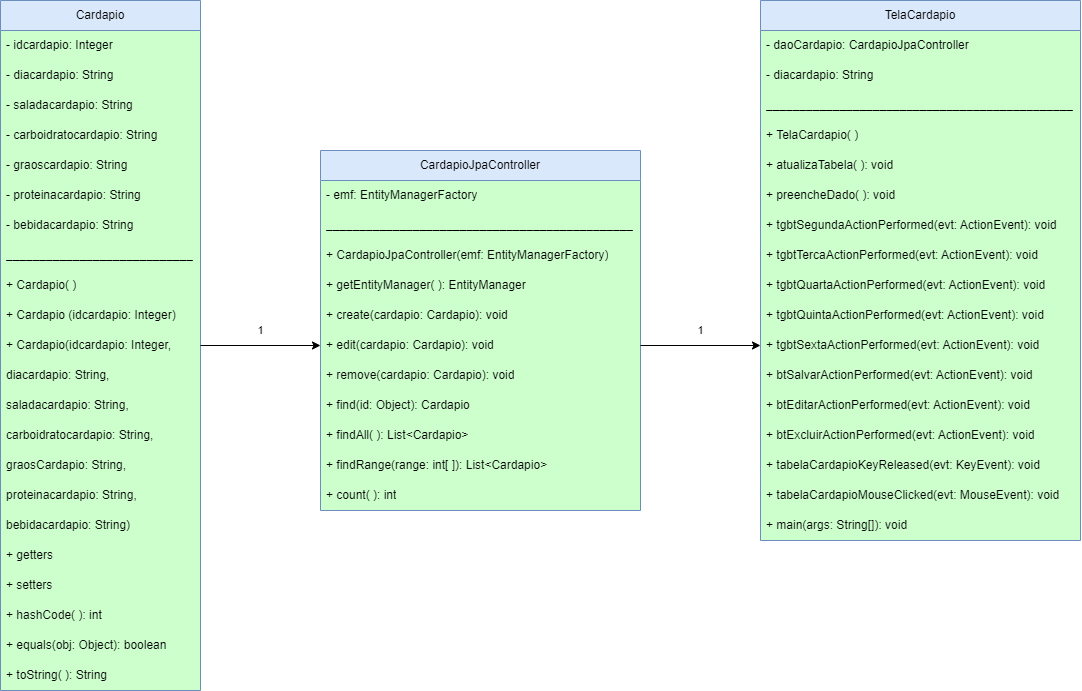
Earlier version of the draw.io export diagram.png (ThiagoAKAtrist/restaurant_menu). Source tidied: cells renumbered, new cells last; positions are measured from the earlier drawing's top-left corner, leaving out a move shared by most shapes. Source of this version:
```xml
<mxGraphModel>
  <root>
    <mxCell id="0" />
    <mxCell id="1" parent="0" />
    <mxCell id="2" value="Cardapio" style="swimlane;fontStyle=0;horizontal=1;startSize=30;whiteSpace=wrap;html=1;fillColor=#dae8fc;strokeColor=#6c8ebf;shadow=0;glass=0;gradientColor=none;swimlaneFillColor=#CCFFCC;" parent="1" vertex="1">
      <mxGeometry width="200" height="690" as="geometry" />
    </mxCell>
    <mxCell id="3" value="- idcardapio: Integer" style="text;strokeColor=none;fillColor=none;align=left;verticalAlign=middle;spacingLeft=4;spacingRight=4;overflow=hidden;whiteSpace=wrap;html=1;" parent="2" vertex="1">
      <mxGeometry y="30" width="200" height="30" as="geometry" />
    </mxCell>
    <mxCell id="4" value="- diacardapio: String" style="text;strokeColor=none;fillColor=none;align=left;verticalAlign=middle;spacingLeft=4;spacingRight=4;overflow=hidden;whiteSpace=wrap;html=1;" parent="2" vertex="1">
      <mxGeometry y="60" width="200" height="30" as="geometry" />
    </mxCell>
    <mxCell id="5" value="- saladacardapio: String" style="text;strokeColor=none;fillColor=none;align=left;verticalAlign=middle;spacingLeft=4;spacingRight=4;overflow=hidden;whiteSpace=wrap;html=1;rounded=0;glass=0;" parent="2" vertex="1">
      <mxGeometry y="90" width="200" height="30" as="geometry" />
    </mxCell>
    <mxCell id="6" value="- carboidratocardapio: String" style="text;strokeColor=none;fillColor=none;align=left;verticalAlign=middle;spacingLeft=4;spacingRight=4;overflow=hidden;whiteSpace=wrap;html=1;rounded=0;glass=0;" parent="2" vertex="1">
      <mxGeometry y="120" width="200" height="30" as="geometry" />
    </mxCell>
    <mxCell id="7" value="- graoscardapio: String" style="text;strokeColor=none;fillColor=none;align=left;verticalAlign=middle;spacingLeft=4;spacingRight=4;overflow=hidden;whiteSpace=wrap;html=1;rounded=0;glass=0;" parent="2" vertex="1">
      <mxGeometry y="150" width="200" height="30" as="geometry" />
    </mxCell>
    <mxCell id="8" value="- proteinacardapio: String" style="text;strokeColor=none;fillColor=none;align=left;verticalAlign=middle;spacingLeft=4;spacingRight=4;overflow=hidden;whiteSpace=wrap;html=1;rounded=0;glass=0;" parent="2" vertex="1">
      <mxGeometry y="180" width="200" height="30" as="geometry" />
    </mxCell>
    <mxCell id="9" value="- bebidacardapio: String" style="text;strokeColor=none;fillColor=none;align=left;verticalAlign=middle;spacingLeft=4;spacingRight=4;overflow=hidden;whiteSpace=wrap;html=1;rounded=0;glass=0;" parent="2" vertex="1">
      <mxGeometry y="210" width="200" height="30" as="geometry" />
    </mxCell>
    <mxCell id="10" value="____________________________" style="text;strokeColor=none;fillColor=none;align=left;verticalAlign=middle;spacingLeft=4;spacingRight=4;overflow=hidden;whiteSpace=wrap;html=1;rounded=0;glass=0;" parent="2" vertex="1">
      <mxGeometry y="240" width="200" height="30" as="geometry" />
    </mxCell>
    <mxCell id="11" value="+ Cardapio( )" style="text;strokeColor=none;fillColor=none;align=left;verticalAlign=middle;spacingLeft=4;spacingRight=4;overflow=hidden;whiteSpace=wrap;html=1;rounded=0;glass=0;" parent="2" vertex="1">
      <mxGeometry y="270" width="200" height="30" as="geometry" />
    </mxCell>
    <mxCell id="12" value="+ Cardapio (idcardapio: Integer)" style="text;strokeColor=none;fillColor=none;align=left;verticalAlign=middle;spacingLeft=4;spacingRight=4;overflow=hidden;whiteSpace=wrap;html=1;rounded=0;glass=0;" parent="2" vertex="1">
      <mxGeometry y="300" width="200" height="30" as="geometry" />
    </mxCell>
    <mxCell id="13" value="+ &lt;span class=&quot;hljs-title function_ invoke__&quot;&gt;Cardapio&lt;/span&gt;(&lt;span class=&quot;hljs-attr&quot;&gt;idcardapio&lt;/span&gt;: Integer," style="text;strokeColor=none;fillColor=none;align=left;verticalAlign=middle;spacingLeft=4;spacingRight=4;overflow=hidden;points=[[0,0.5],[1,0.5]];portConstraint=eastwest;whiteSpace=wrap;html=1;rounded=0;glass=0;" parent="2" vertex="1">
      <mxGeometry y="330" width="200" height="30" as="geometry" />
    </mxCell>
    <mxCell id="14" value="diacardapio: String,&amp;nbsp;" style="text;strokeColor=none;fillColor=none;align=left;verticalAlign=middle;spacingLeft=4;spacingRight=4;overflow=hidden;whiteSpace=wrap;html=1;rounded=0;glass=0;" parent="2" vertex="1">
      <mxGeometry y="360" width="200" height="30" as="geometry" />
    </mxCell>
    <mxCell id="15" value="saladacardapio: String," style="text;strokeColor=none;fillColor=none;align=left;verticalAlign=middle;spacingLeft=4;spacingRight=4;overflow=hidden;whiteSpace=wrap;html=1;rounded=0;glass=0;" parent="2" vertex="1">
      <mxGeometry y="390" width="200" height="30" as="geometry" />
    </mxCell>
    <mxCell id="16" value="carboidratocardapio: String," style="text;strokeColor=none;fillColor=none;align=left;verticalAlign=middle;spacingLeft=4;spacingRight=4;overflow=hidden;whiteSpace=wrap;html=1;rounded=0;glass=0;" parent="2" vertex="1">
      <mxGeometry y="420" width="200" height="30" as="geometry" />
    </mxCell>
    <mxCell id="17" value="graosCardapio: String," style="text;strokeColor=none;fillColor=none;align=left;verticalAlign=middle;spacingLeft=4;spacingRight=4;overflow=hidden;whiteSpace=wrap;html=1;rounded=0;glass=0;" parent="2" vertex="1">
      <mxGeometry y="450" width="200" height="30" as="geometry" />
    </mxCell>
    <mxCell id="18" value="proteinacardapio: String," style="text;strokeColor=none;fillColor=none;align=left;verticalAlign=middle;spacingLeft=4;spacingRight=4;overflow=hidden;whiteSpace=wrap;html=1;rounded=0;glass=0;" parent="2" vertex="1">
      <mxGeometry y="480" width="200" height="30" as="geometry" />
    </mxCell>
    <mxCell id="19" value="bebidacardapio: String)" style="text;strokeColor=none;fillColor=none;align=left;verticalAlign=middle;spacingLeft=4;spacingRight=4;overflow=hidden;whiteSpace=wrap;html=1;rounded=0;glass=0;" parent="2" vertex="1">
      <mxGeometry y="510" width="200" height="30" as="geometry" />
    </mxCell>
    <mxCell id="20" value="+ getters" style="text;strokeColor=none;fillColor=none;align=left;verticalAlign=middle;spacingLeft=4;spacingRight=4;overflow=hidden;whiteSpace=wrap;html=1;rounded=0;glass=0;" parent="2" vertex="1">
      <mxGeometry y="540" width="200" height="30" as="geometry" />
    </mxCell>
    <mxCell id="21" value="+ setters" style="text;strokeColor=none;fillColor=none;align=left;verticalAlign=middle;spacingLeft=4;spacingRight=4;overflow=hidden;whiteSpace=wrap;html=1;rounded=0;glass=0;" parent="2" vertex="1">
      <mxGeometry y="570" width="200" height="30" as="geometry" />
    </mxCell>
    <mxCell id="22" value="+ hashCode( ): int" style="text;strokeColor=none;fillColor=none;align=left;verticalAlign=middle;spacingLeft=4;spacingRight=4;overflow=hidden;whiteSpace=wrap;html=1;rounded=0;glass=0;" parent="2" vertex="1">
      <mxGeometry y="600" width="200" height="30" as="geometry" />
    </mxCell>
    <mxCell id="23" value="+ equals(obj: Object): boolean" style="text;strokeColor=none;fillColor=none;align=left;verticalAlign=middle;spacingLeft=4;spacingRight=4;overflow=hidden;whiteSpace=wrap;html=1;rounded=0;glass=0;" parent="2" vertex="1">
      <mxGeometry y="630" width="200" height="30" as="geometry" />
    </mxCell>
    <mxCell id="24" value="+ toString( ): String" style="text;strokeColor=none;fillColor=none;align=left;verticalAlign=middle;spacingLeft=4;spacingRight=4;overflow=hidden;whiteSpace=wrap;html=1;rounded=0;glass=0;" parent="2" vertex="1">
      <mxGeometry y="660" width="200" height="30" as="geometry" />
    </mxCell>
    <mxCell id="25" value="CardapioJpaController" style="swimlane;fontStyle=0;horizontal=1;startSize=30;whiteSpace=wrap;html=1;rounded=0;glass=0;sketch=0;strokeColor=#6c8ebf;swimlaneFillColor=#CCFFCC;fillColor=#dae8fc;" parent="1" vertex="1">
      <mxGeometry x="320" y="150" width="320" height="360" as="geometry" />
    </mxCell>
    <mxCell id="26" value="- emf: EntityManagerFactory" style="text;strokeColor=none;fillColor=none;align=left;verticalAlign=middle;spacingLeft=4;spacingRight=4;overflow=hidden;whiteSpace=wrap;html=1;rounded=0;glass=0;sketch=0;" parent="25" vertex="1">
      <mxGeometry y="30" width="320" height="30" as="geometry" />
    </mxCell>
    <mxCell id="27" value="______________________________________________" style="text;strokeColor=none;fillColor=none;align=left;verticalAlign=middle;spacingLeft=4;spacingRight=4;overflow=hidden;whiteSpace=wrap;html=1;rounded=0;glass=0;sketch=0;" parent="25" vertex="1">
      <mxGeometry y="60" width="320" height="30" as="geometry" />
    </mxCell>
    <mxCell id="28" value="+ CardapioJpaController(emf: EntityManagerFactory)" style="text;strokeColor=none;fillColor=none;align=left;verticalAlign=middle;spacingLeft=4;spacingRight=4;overflow=hidden;whiteSpace=wrap;html=1;rounded=0;glass=0;sketch=0;" parent="25" vertex="1">
      <mxGeometry y="90" width="320" height="30" as="geometry" />
    </mxCell>
    <mxCell id="29" value="+ getEntityManager( ): EntityManager" style="text;strokeColor=none;fillColor=none;align=left;verticalAlign=middle;spacingLeft=4;spacingRight=4;overflow=hidden;whiteSpace=wrap;html=1;rounded=0;glass=0;sketch=0;" parent="25" vertex="1">
      <mxGeometry y="120" width="320" height="30" as="geometry" />
    </mxCell>
    <mxCell id="30" value="+ create(cardapio: Cardapio): void" style="text;strokeColor=none;fillColor=none;align=left;verticalAlign=middle;spacingLeft=4;spacingRight=4;overflow=hidden;whiteSpace=wrap;html=1;rounded=0;glass=0;sketch=0;" parent="25" vertex="1">
      <mxGeometry y="150" width="320" height="30" as="geometry" />
    </mxCell>
    <mxCell id="31" value="+ edit(cardapio: Cardapio): void" style="text;strokeColor=none;fillColor=none;align=left;verticalAlign=middle;spacingLeft=4;spacingRight=4;overflow=hidden;points=[[0,0.5],[1,0.5]];portConstraint=eastwest;whiteSpace=wrap;html=1;rounded=0;glass=0;sketch=0;" parent="25" vertex="1">
      <mxGeometry y="180" width="320" height="30" as="geometry" />
    </mxCell>
    <mxCell id="32" value="+ remove(cardapio: Cardapio): void" style="text;strokeColor=none;fillColor=none;align=left;verticalAlign=middle;spacingLeft=4;spacingRight=4;overflow=hidden;whiteSpace=wrap;html=1;rounded=0;glass=0;sketch=0;" parent="25" vertex="1">
      <mxGeometry y="210" width="320" height="30" as="geometry" />
    </mxCell>
    <mxCell id="33" value="+ find(id: Object): Cardapio" style="text;strokeColor=none;fillColor=none;align=left;verticalAlign=middle;spacingLeft=4;spacingRight=4;overflow=hidden;whiteSpace=wrap;html=1;rounded=0;glass=0;sketch=0;" parent="25" vertex="1">
      <mxGeometry y="240" width="320" height="30" as="geometry" />
    </mxCell>
    <mxCell id="34" value="+ findAll( ): List&amp;lt;Cardapio&amp;gt;" style="text;strokeColor=none;fillColor=none;align=left;verticalAlign=middle;spacingLeft=4;spacingRight=4;overflow=hidden;whiteSpace=wrap;html=1;rounded=0;glass=0;sketch=0;" parent="25" vertex="1">
      <mxGeometry y="270" width="320" height="30" as="geometry" />
    </mxCell>
    <mxCell id="35" value="+ findRange(range: int[ ]): List&amp;lt;Cardapio&amp;gt;" style="text;strokeColor=none;fillColor=none;align=left;verticalAlign=middle;spacingLeft=4;spacingRight=4;overflow=hidden;whiteSpace=wrap;html=1;rounded=0;glass=0;sketch=0;" parent="25" vertex="1">
      <mxGeometry y="300" width="320" height="30" as="geometry" />
    </mxCell>
    <mxCell id="36" value="+ count( ): int" style="text;strokeColor=none;fillColor=none;align=left;verticalAlign=middle;spacingLeft=4;spacingRight=4;overflow=hidden;whiteSpace=wrap;html=1;rounded=0;glass=0;sketch=0;" parent="25" vertex="1">
      <mxGeometry y="330" width="320" height="30" as="geometry" />
    </mxCell>
    <mxCell id="37" value="TelaCardapio" style="swimlane;fontStyle=0;horizontal=1;startSize=30;whiteSpace=wrap;html=1;rounded=0;glass=0;sketch=0;strokeColor=#6c8ebf;swimlaneFillColor=#CCFFCC;fillColor=#dae8fc;" parent="1" vertex="1">
      <mxGeometry x="760" width="320" height="540" as="geometry" />
    </mxCell>
    <mxCell id="38" value="- daoCardapio: CardapioJpaController" style="text;strokeColor=none;fillColor=none;align=left;verticalAlign=middle;spacingLeft=4;spacingRight=4;overflow=hidden;whiteSpace=wrap;html=1;rounded=0;glass=0;sketch=0;" parent="37" vertex="1">
      <mxGeometry y="30" width="320" height="30" as="geometry" />
    </mxCell>
    <mxCell id="39" value="- diacardapio: String" style="text;strokeColor=none;fillColor=none;align=left;verticalAlign=middle;spacingLeft=4;spacingRight=4;overflow=hidden;whiteSpace=wrap;html=1;rounded=0;glass=0;sketch=0;" parent="37" vertex="1">
      <mxGeometry y="60" width="320" height="30" as="geometry" />
    </mxCell>
    <mxCell id="40" value="______________________________________________" style="text;strokeColor=none;fillColor=none;align=left;verticalAlign=middle;spacingLeft=4;spacingRight=4;overflow=hidden;whiteSpace=wrap;html=1;rounded=0;glass=0;sketch=0;" parent="37" vertex="1">
      <mxGeometry y="90" width="320" height="30" as="geometry" />
    </mxCell>
    <mxCell id="41" value="+ TelaCardapio( )" style="text;strokeColor=none;fillColor=none;align=left;verticalAlign=middle;spacingLeft=4;spacingRight=4;overflow=hidden;whiteSpace=wrap;html=1;rounded=0;glass=0;sketch=0;" parent="37" vertex="1">
      <mxGeometry y="120" width="320" height="30" as="geometry" />
    </mxCell>
    <mxCell id="42" value="+ atualizaTabela( ): void" style="text;strokeColor=none;fillColor=none;align=left;verticalAlign=middle;spacingLeft=4;spacingRight=4;overflow=hidden;whiteSpace=wrap;html=1;rounded=0;glass=0;sketch=0;" parent="37" vertex="1">
      <mxGeometry y="150" width="320" height="30" as="geometry" />
    </mxCell>
    <mxCell id="43" value="+ preencheDado( ): void" style="text;strokeColor=none;fillColor=none;align=left;verticalAlign=middle;spacingLeft=4;spacingRight=4;overflow=hidden;whiteSpace=wrap;html=1;rounded=0;glass=0;sketch=0;" parent="37" vertex="1">
      <mxGeometry y="180" width="320" height="30" as="geometry" />
    </mxCell>
    <mxCell id="44" value="+ &lt;span class=&quot;hljs-title function_ invoke__&quot;&gt;tgbtSegundaActionPerformed&lt;/span&gt;(&lt;span class=&quot;hljs-attr&quot;&gt;evt&lt;/span&gt;: ActionEvent): &lt;span class=&quot;hljs-keyword&quot;&gt;void&lt;/span&gt;" style="text;strokeColor=none;fillColor=none;align=left;verticalAlign=middle;spacingLeft=4;spacingRight=4;overflow=hidden;whiteSpace=wrap;html=1;rounded=0;glass=0;sketch=0;" parent="37" vertex="1">
      <mxGeometry y="210" width="320" height="30" as="geometry" />
    </mxCell>
    <mxCell id="45" value="+ &lt;span class=&quot;hljs-title function_ invoke__&quot;&gt;tgbtTercaActionPerformed&lt;/span&gt;(&lt;span class=&quot;hljs-attr&quot;&gt;evt&lt;/span&gt;: ActionEvent): &lt;span class=&quot;hljs-keyword&quot;&gt;void&lt;/span&gt;" style="text;strokeColor=none;fillColor=none;align=left;verticalAlign=middle;spacingLeft=4;spacingRight=4;overflow=hidden;whiteSpace=wrap;html=1;rounded=0;glass=0;sketch=0;" parent="37" vertex="1">
      <mxGeometry y="240" width="320" height="30" as="geometry" />
    </mxCell>
    <mxCell id="46" value="+ &lt;span class=&quot;hljs-title function_ invoke__&quot;&gt;tgbtQuartaActionPerformed&lt;/span&gt;(&lt;span class=&quot;hljs-attr&quot;&gt;evt&lt;/span&gt;: ActionEvent): &lt;span class=&quot;hljs-keyword&quot;&gt;void&lt;/span&gt;" style="text;strokeColor=none;fillColor=none;align=left;verticalAlign=middle;spacingLeft=4;spacingRight=4;overflow=hidden;whiteSpace=wrap;html=1;rounded=0;glass=0;sketch=0;" parent="37" vertex="1">
      <mxGeometry y="270" width="320" height="30" as="geometry" />
    </mxCell>
    <mxCell id="47" value="+ &lt;span class=&quot;hljs-title function_ invoke__&quot;&gt;tgbtQuintaActionPerformed&lt;/span&gt;(&lt;span class=&quot;hljs-attr&quot;&gt;evt&lt;/span&gt;: ActionEvent): &lt;span class=&quot;hljs-keyword&quot;&gt;void&lt;/span&gt;" style="text;strokeColor=none;fillColor=none;align=left;verticalAlign=middle;spacingLeft=4;spacingRight=4;overflow=hidden;whiteSpace=wrap;html=1;rounded=0;glass=0;sketch=0;" parent="37" vertex="1">
      <mxGeometry y="300" width="320" height="30" as="geometry" />
    </mxCell>
    <mxCell id="48" value="+ &lt;span class=&quot;hljs-title function_ invoke__&quot;&gt;tgbtSextaActionPerformed&lt;/span&gt;(&lt;span class=&quot;hljs-attr&quot;&gt;evt&lt;/span&gt;: ActionEvent): &lt;span class=&quot;hljs-keyword&quot;&gt;void&lt;/span&gt;" style="text;strokeColor=none;fillColor=none;align=left;verticalAlign=middle;spacingLeft=4;spacingRight=4;overflow=hidden;points=[[0,0.5],[1,0.5]];portConstraint=eastwest;whiteSpace=wrap;html=1;rounded=0;glass=0;sketch=0;" parent="37" vertex="1">
      <mxGeometry y="330" width="320" height="30" as="geometry" />
    </mxCell>
    <mxCell id="49" value="+ &lt;span class=&quot;hljs-title function_ invoke__&quot;&gt;btSalvarActionPerformed&lt;/span&gt;(&lt;span class=&quot;hljs-attr&quot;&gt;evt&lt;/span&gt;: ActionEvent): &lt;span class=&quot;hljs-keyword&quot;&gt;void&lt;/span&gt;" style="text;strokeColor=none;fillColor=none;align=left;verticalAlign=middle;spacingLeft=4;spacingRight=4;overflow=hidden;whiteSpace=wrap;html=1;rounded=0;glass=0;sketch=0;" parent="37" vertex="1">
      <mxGeometry y="360" width="320" height="30" as="geometry" />
    </mxCell>
    <mxCell id="50" value="+ &lt;span class=&quot;hljs-title function_ invoke__&quot;&gt;btEditarActionPerformed&lt;/span&gt;(&lt;span class=&quot;hljs-attr&quot;&gt;evt&lt;/span&gt;: ActionEvent): &lt;span class=&quot;hljs-keyword&quot;&gt;void&lt;/span&gt;" style="text;strokeColor=none;fillColor=none;align=left;verticalAlign=middle;spacingLeft=4;spacingRight=4;overflow=hidden;whiteSpace=wrap;html=1;rounded=0;glass=0;sketch=0;" parent="37" vertex="1">
      <mxGeometry y="390" width="320" height="30" as="geometry" />
    </mxCell>
    <mxCell id="51" value="+ &lt;span class=&quot;hljs-title function_ invoke__&quot;&gt;btExcluirActionPerformed&lt;/span&gt;(&lt;span class=&quot;hljs-attr&quot;&gt;evt&lt;/span&gt;: ActionEvent): &lt;span class=&quot;hljs-keyword&quot;&gt;void&lt;/span&gt;" style="text;strokeColor=none;fillColor=none;align=left;verticalAlign=middle;spacingLeft=4;spacingRight=4;overflow=hidden;whiteSpace=wrap;html=1;rounded=0;glass=0;sketch=0;" parent="37" vertex="1">
      <mxGeometry y="420" width="320" height="30" as="geometry" />
    </mxCell>
    <mxCell id="52" value="+ &lt;span class=&quot;hljs-title function_ invoke__&quot;&gt;tabelaCardapioKeyReleased&lt;/span&gt;(&lt;span class=&quot;hljs-attr&quot;&gt;evt&lt;/span&gt;: KeyEvent): &lt;span class=&quot;hljs-keyword&quot;&gt;void&lt;/span&gt;" style="text;strokeColor=none;fillColor=none;align=left;verticalAlign=middle;spacingLeft=4;spacingRight=4;overflow=hidden;whiteSpace=wrap;html=1;rounded=0;glass=0;sketch=0;" parent="37" vertex="1">
      <mxGeometry y="450" width="320" height="30" as="geometry" />
    </mxCell>
    <mxCell id="53" value="+ &lt;span class=&quot;hljs-title function_ invoke__&quot;&gt;tabelaCardapioMouseClicked&lt;/span&gt;(&lt;span class=&quot;hljs-attr&quot;&gt;evt&lt;/span&gt;: MouseEvent): &lt;span class=&quot;hljs-keyword&quot;&gt;void&lt;/span&gt;" style="text;strokeColor=none;fillColor=none;align=left;verticalAlign=middle;spacingLeft=4;spacingRight=4;overflow=hidden;whiteSpace=wrap;html=1;rounded=0;glass=0;sketch=0;" parent="37" vertex="1">
      <mxGeometry y="480" width="320" height="30" as="geometry" />
    </mxCell>
    <mxCell id="54" value="+ &lt;span class=&quot;hljs-title function_ invoke__&quot;&gt;main&lt;/span&gt;(&lt;span class=&quot;hljs-attr&quot;&gt;args&lt;/span&gt;: String[]): &lt;span class=&quot;hljs-keyword&quot;&gt;void&lt;/span&gt;" style="text;strokeColor=none;fillColor=none;align=left;verticalAlign=middle;spacingLeft=4;spacingRight=4;overflow=hidden;whiteSpace=wrap;html=1;rounded=0;glass=0;sketch=0;" parent="37" vertex="1">
      <mxGeometry y="510" width="320" height="30" as="geometry" />
    </mxCell>
    <mxCell id="55" value="1&lt;br&gt;" style="edgeStyle=none;html=1;entryX=0;entryY=0.5;entryDx=0;entryDy=0;" parent="1" edge="1" source="13" target="31">
      <mxGeometry y="15" relative="1" as="geometry" />
    </mxCell>
    <mxCell id="56" value="1" style="edgeStyle=none;html=1;exitX=1;exitY=0.5;exitDx=0;exitDy=0;entryX=0;entryY=0.5;entryDx=0;entryDy=0;" parent="1" edge="1" source="31" target="48">
      <mxGeometry y="15" relative="1" as="geometry" />
    </mxCell>
  </root>
</mxGraphModel>
```
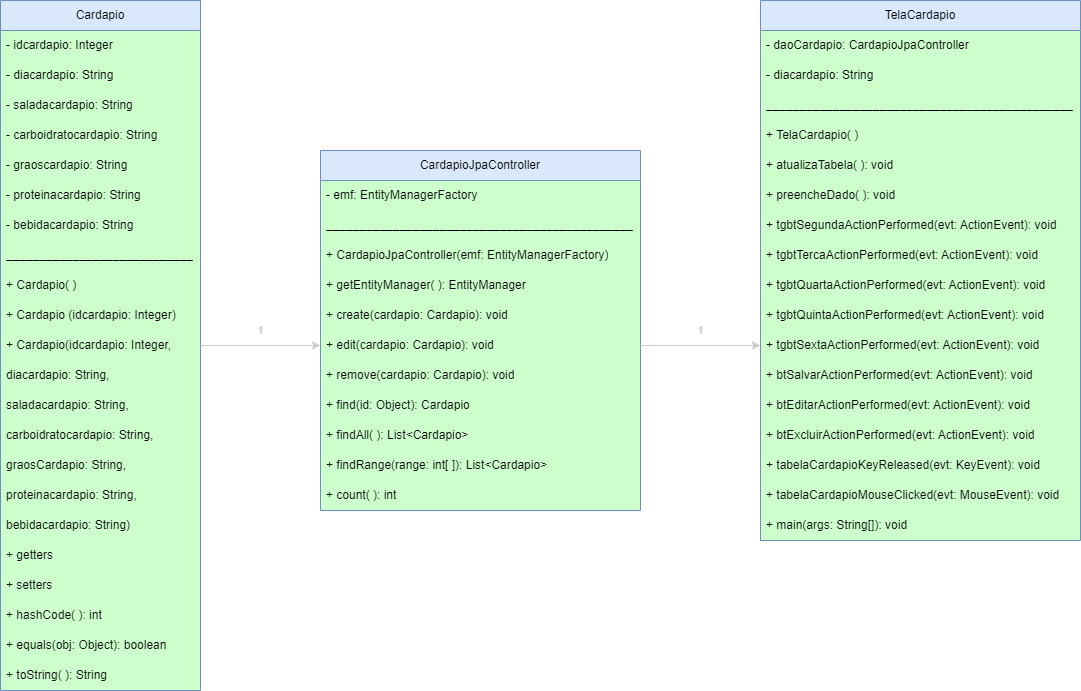
Above is the later version.

What changed in the source:
```diff
@@ -1,4 +1,4 @@
-<mxGraphModel>
+<mxGraphModel background="#FFFFFF">
   <root>
     <mxCell id="0" />
     <mxCell id="1" parent="0" />
@@ -161,10 +161,10 @@
     <mxCell id="54" value="+ &lt;span class=&quot;hljs-title function_ invoke__&quot;&gt;main&lt;/span&gt;(&lt;span class=&quot;hljs-attr&quot;&gt;args&lt;/span&gt;: String[]): &lt;span class=&quot;hljs-keyword&quot;&gt;void&lt;/span&gt;" style="text;strokeColor=none;fillColor=none;align=left;verticalAlign=middle;spacingLeft=4;spacingRight=4;overflow=hidden;whiteSpace=wrap;html=1;rounded=0;glass=0;sketch=0;" parent="37" vertex="1">
       <mxGeometry y="510" width="320" height="30" as="geometry" />
     </mxCell>
-    <mxCell id="55" value="1&lt;br&gt;" style="edgeStyle=none;html=1;entryX=0;entryY=0.5;entryDx=0;entryDy=0;" parent="1" edge="1" source="13" target="31">
+    <mxCell id="55" value="1&lt;br&gt;" style="edgeStyle=none;html=1;entryX=0;entryY=0.5;entryDx=0;entryDy=0;fillColor=#f5f5f5;strokeColor=#CCCCCC;fontColor=#CCCCCC;" parent="1" edge="1" source="13" target="31">
       <mxGeometry y="15" relative="1" as="geometry" />
     </mxCell>
-    <mxCell id="56" value="1" style="edgeStyle=none;html=1;exitX=1;exitY=0.5;exitDx=0;exitDy=0;entryX=0;entryY=0.5;entryDx=0;entryDy=0;" parent="1" edge="1" source="31" target="48">
+    <mxCell id="56" value="1" style="edgeStyle=none;html=1;exitX=1;exitY=0.5;exitDx=0;exitDy=0;entryX=0;entryY=0.5;entryDx=0;entryDy=0;strokeColor=#CCCCCC;fontColor=#CCCCCC;" parent="1" edge="1" source="31" target="48">
       <mxGeometry y="15" relative="1" as="geometry" />
     </mxCell>
   </root>
```
